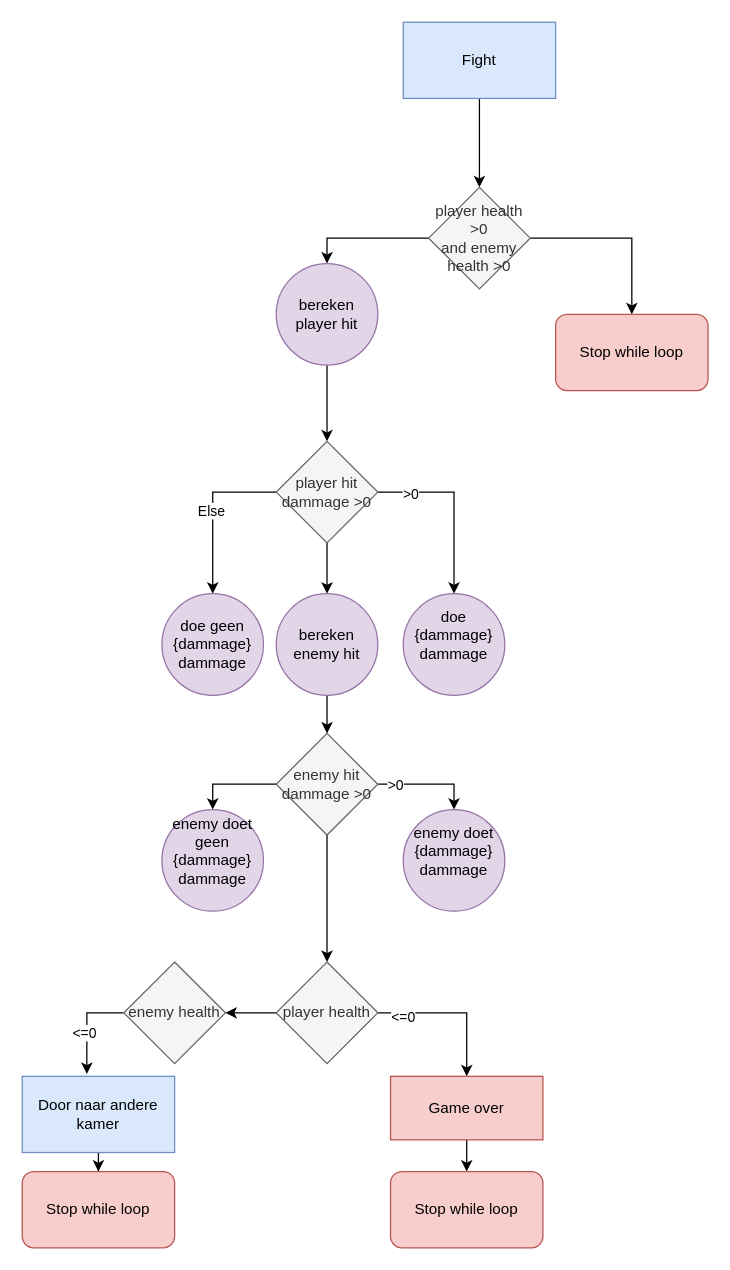
Above: page "Pagina-2" (2 of 2) of module_5/Quintens-dungeon.drawio in RuoFeng207/leren_programmeren (draw.io), before the change. Source tidied: cells renumbered, new cells numbered last; positions are measured from the earlier drawing's top-left corner, leaving out a move shared by most shapes. Both pictures are drawn from the tidied source at 127%, with x=0, y=0 at pixel (22, 22).
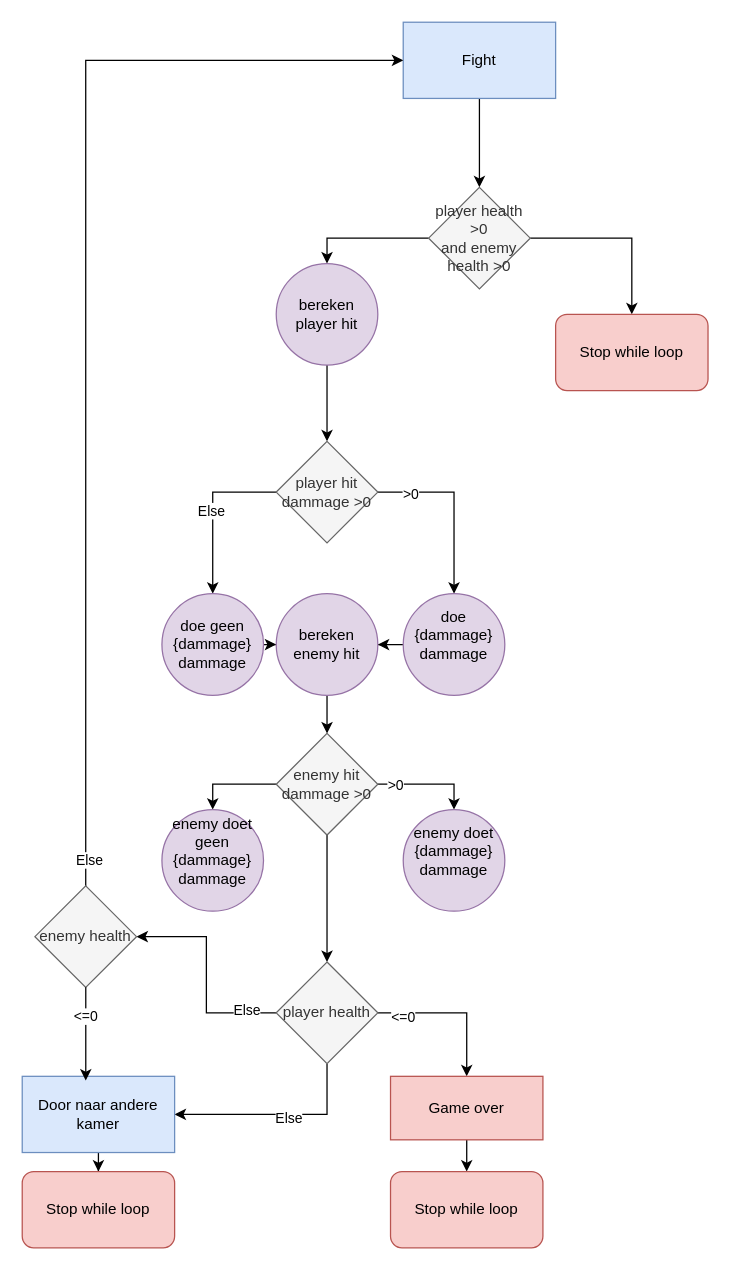
The same diagram, later.

Commit message:
aanpassing flowchart

Unchanged cells that the change refers to:
```xml
<mxCell id="3" value="Fight" style="whiteSpace=wrap;html=1;fillColor=#dae8fc;strokeColor=#6c8ebf;" parent="1" vertex="1">
  <mxGeometry x="300" width="120" height="60" as="geometry" />
</mxCell>
<mxCell id="14" value="player hit dammage &amp;gt;0" style="rhombus;whiteSpace=wrap;html=1;fillColor=#f5f5f5;strokeColor=#666666;fontColor=#333333;" parent="1" vertex="1">
  <mxGeometry x="200" y="330" width="80" height="80" as="geometry" />
</mxCell>
<mxCell id="15" value="doe {dammage&lt;span style=&quot;background-color: transparent; color: light-dark(rgb(0, 0, 0), rgb(255, 255, 255));&quot;&gt;}&lt;/span&gt;&lt;div&gt;&lt;span style=&quot;background-color: transparent; color: light-dark(rgb(0, 0, 0), rgb(255, 255, 255));&quot;&gt;dammage&lt;/span&gt;&lt;div&gt;&lt;br&gt;&lt;/div&gt;&lt;/div&gt;" style="ellipse;whiteSpace=wrap;html=1;fillColor=#e1d5e7;strokeColor=#9673a6;" parent="1" vertex="1">
  <mxGeometry x="300" y="450" width="80" height="80" as="geometry" />
</mxCell>
<mxCell id="16" value="doe geen&lt;br&gt;{dammage} dammage" style="ellipse;whiteSpace=wrap;html=1;fillColor=#e1d5e7;strokeColor=#9673a6;" parent="1" vertex="1">
  <mxGeometry x="110" y="450" width="80" height="80" as="geometry" />
</mxCell>
<mxCell id="27" value="player health" style="rhombus;whiteSpace=wrap;html=1;fillColor=#f5f5f5;fontColor=#333333;strokeColor=#666666;" parent="1" vertex="1">
  <mxGeometry x="200" y="740" width="80" height="80" as="geometry" />
</mxCell>
<mxCell id="32" value="Door naar andere kamer" style="whiteSpace=wrap;html=1;fillColor=#dae8fc;strokeColor=#6c8ebf;" parent="1" vertex="1">
  <mxGeometry y="830" width="120" height="60" as="geometry" />
</mxCell>
<mxCell id="38" value="bereken enemy hit" style="ellipse;whiteSpace=wrap;html=1;fillColor=#e1d5e7;strokeColor=#9673a6;" parent="1" vertex="1">
  <mxGeometry x="200" y="450" width="80" height="80" as="geometry" />
</mxCell>
```

What changed in the source:
```diff
@@
-    <mxCell id="13" style="edgeStyle=orthogonalEdgeStyle;rounded=0;jettySize=auto;html=1;entryX=0.5;entryY=0;entryDx=0;entryDy=0;" parent="1" edge="1" source="14" target="38">
-      <mxGeometry relative="1" as="geometry" />
-    </mxCell>
@@
+    <mxCell id="40" style="edgeStyle=orthogonalEdgeStyle;rounded=0;jettySize=auto;html=1;exitX=0;exitY=0.5;exitDx=0;exitDy=0;" parent="1" edge="1" source="15" target="38">
+      <mxGeometry relative="1" as="geometry" />
+    </mxCell>
@@
+    <mxCell id="41" style="edgeStyle=orthogonalEdgeStyle;rounded=0;jettySize=auto;html=1;exitX=1;exitY=0.5;exitDx=0;exitDy=0;" parent="1" edge="1" source="16" target="38">
+      <mxGeometry relative="1" as="geometry" />
+    </mxCell>
@@
-    <mxCell id="26" style="edgeStyle=orthogonalEdgeStyle;rounded=0;jettySize=auto;html=1;entryX=1;entryY=0.5;entryDx=0;entryDy=0;" parent="1" edge="1" source="27" target="35">
-      <mxGeometry relative="1" as="geometry" />
+    <mxCell id="26" style="edgeStyle=orthogonalEdgeStyle;rounded=0;jettySize=auto;html=1;entryX=1;entryY=0.5;entryDx=0;entryDy=0;exitX=0.5;exitY=1;exitDx=0;exitDy=0;" parent="1" edge="1" source="27" target="32">
+      <mxGeometry relative="1" as="geometry">
+        <Array as="points">
+          <mxPoint x="240" y="860" />
+        </Array>
+      </mxGeometry>
     </mxCell>
+    <mxCell id="42" value="Else" style="edgeLabel;html=1;align=center;verticalAlign=middle;" parent="26" vertex="1">
+      <mxGeometry x="-0.11" y="2" relative="1" as="geometry" />
+    </mxCell>
+    <mxCell id="43" style="edgeStyle=orthogonalEdgeStyle;rounded=0;jettySize=auto;html=1;" parent="1" edge="1" source="27" target="35">
+      <mxGeometry relative="1" as="geometry" />
+    </mxCell>
+    <mxCell id="44" value="Else" style="edgeLabel;html=1;align=center;verticalAlign=middle;" parent="43" vertex="1">
+      <mxGeometry x="-0.72" y="-3" relative="1" as="geometry" />
+    </mxCell>
@@
-    <mxCell id="33" style="edgeStyle=orthogonalEdgeStyle;rounded=0;jettySize=auto;html=1;entryX=0.424;entryY=-0.032;entryDx=0;entryDy=0;entryPerimeter=0;" parent="1" edge="1" source="35" target="32">
-      <mxGeometry relative="1" as="geometry">
-        <Array as="points">
-          <mxPoint x="51" y="780" />
-        </Array>
-      </mxGeometry>
-    </mxCell>
-    <mxCell id="34" value="&amp;lt;=0" style="edgeLabel;html=1;align=center;verticalAlign=middle;" parent="33" vertex="1">
-      <mxGeometry x="0.17" y="-2" relative="1" as="geometry" />
-    </mxCell>
+    <mxCell id="45" style="edgeStyle=orthogonalEdgeStyle;rounded=0;jettySize=auto;html=1;entryX=0;entryY=0.5;entryDx=0;entryDy=0;" parent="1" edge="1" target="3">
+      <mxGeometry relative="1" as="geometry">
+        <mxPoint x="50" y="700" as="sourcePoint" />
+        <Array as="points">
+          <mxPoint x="50" y="30" />
+        </Array>
+      </mxGeometry>
+    </mxCell>
+    <mxCell id="46" value="Else" style="edgeLabel;html=1;align=center;verticalAlign=middle;" parent="45" vertex="1">
+      <mxGeometry x="-0.91" y="-2" relative="1" as="geometry" />
+    </mxCell>
     <mxCell id="35" value="enemy health" style="rhombus;whiteSpace=wrap;html=1;fillColor=#f5f5f5;fontColor=#333333;strokeColor=#666666;" parent="1" vertex="1">
-      <mxGeometry x="80" y="740" width="80" height="80" as="geometry" />
+      <mxGeometry x="10" y="680" width="80" height="80" as="geometry" />
     </mxCell>
@@
+    <mxCell id="33" style="edgeStyle=orthogonalEdgeStyle;rounded=0;jettySize=auto;html=1;entryX=0.417;entryY=0.056;entryDx=0;entryDy=0;entryPerimeter=0;" parent="1" edge="1" source="35" target="32">
+      <mxGeometry relative="1" as="geometry" />
+    </mxCell>
+    <mxCell id="34" value="&amp;lt;=0" style="edgeLabel;html=1;align=center;verticalAlign=middle;" parent="33" vertex="1">
+      <mxGeometry x="-0.36" y="-1" relative="1" as="geometry" />
+    </mxCell>
```
